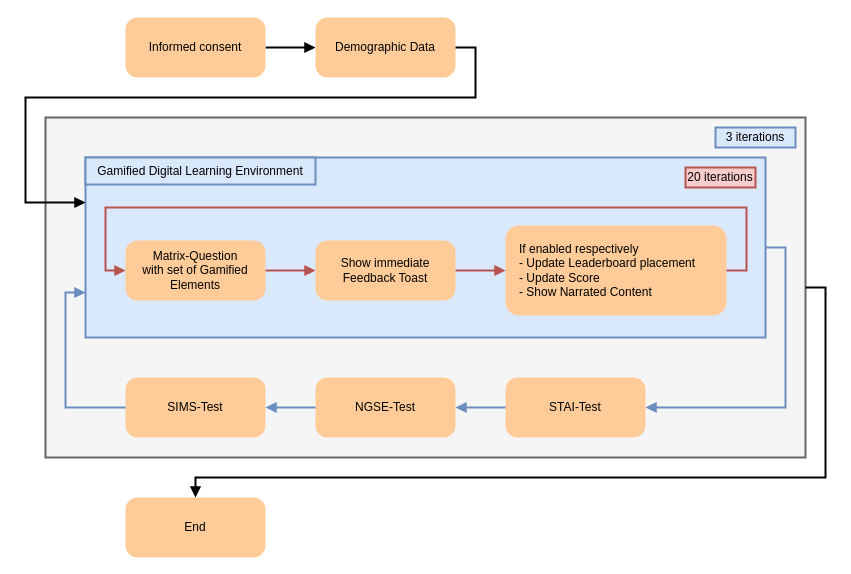
Earlier version of the draw.io diagram img/Procedure_alt.drawio (Ronjar/bachelor-thesis). Source tidied: cells renumbered, new cells numbered last; positions are measured from the earlier drawing's top-left corner, leaving out a move shared by most shapes. Both pictures are drawn from the tidied source at 100%, with x=0, y=0 at pixel (25, 17).
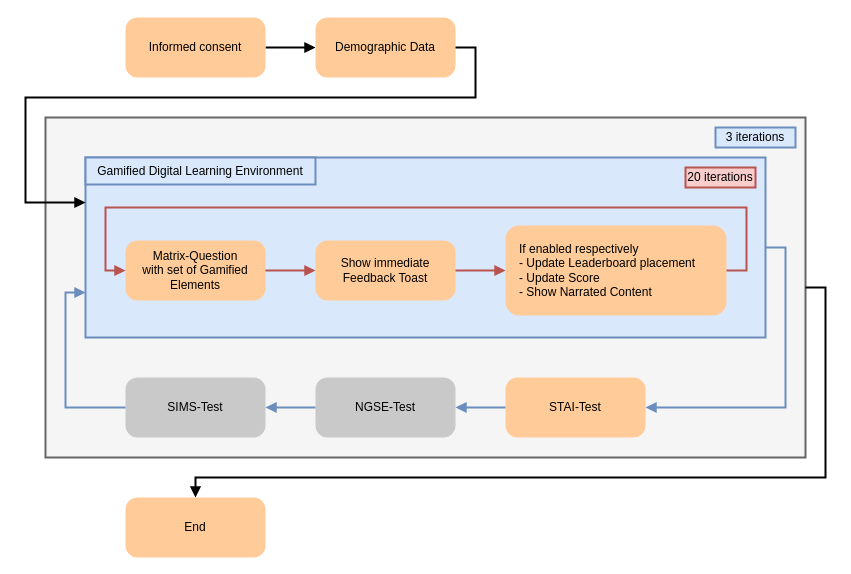
The same page after the edit.

What changed in the source:
```diff
@@
-    <mxCell id="12" value="NGSE-Test" style="rounded=1;whiteSpace=wrap;html=1;fillColor=#FFCC99;fontColor=#000000;strokeColor=none;arcSize=20;align=center;spacingLeft=0;" parent="1" vertex="1">
+    <mxCell id="12" value="NGSE-Test" style="rounded=1;whiteSpace=wrap;html=1;fillColor=#C9C9C9;fontColor=#000000;strokeColor=none;arcSize=20;align=center;spacingLeft=0;" parent="1" vertex="1">
       <mxGeometry x="290" y="360" width="140" height="60" as="geometry" />
     </mxCell>
-    <mxCell id="13" value="SIMS-Test" style="rounded=1;whiteSpace=wrap;html=1;fillColor=#FFCC99;fontColor=#000000;strokeColor=none;arcSize=20;align=center;spacingLeft=0;" parent="1" vertex="1">
+    <mxCell id="13" value="SIMS-Test" style="rounded=1;whiteSpace=wrap;html=1;fillColor=#C9C9C9;fontColor=#000000;strokeColor=none;arcSize=20;align=center;spacingLeft=0;" parent="1" vertex="1">
       <mxGeometry x="100" y="360" width="140" height="60" as="geometry" />
     </mxCell>
```
